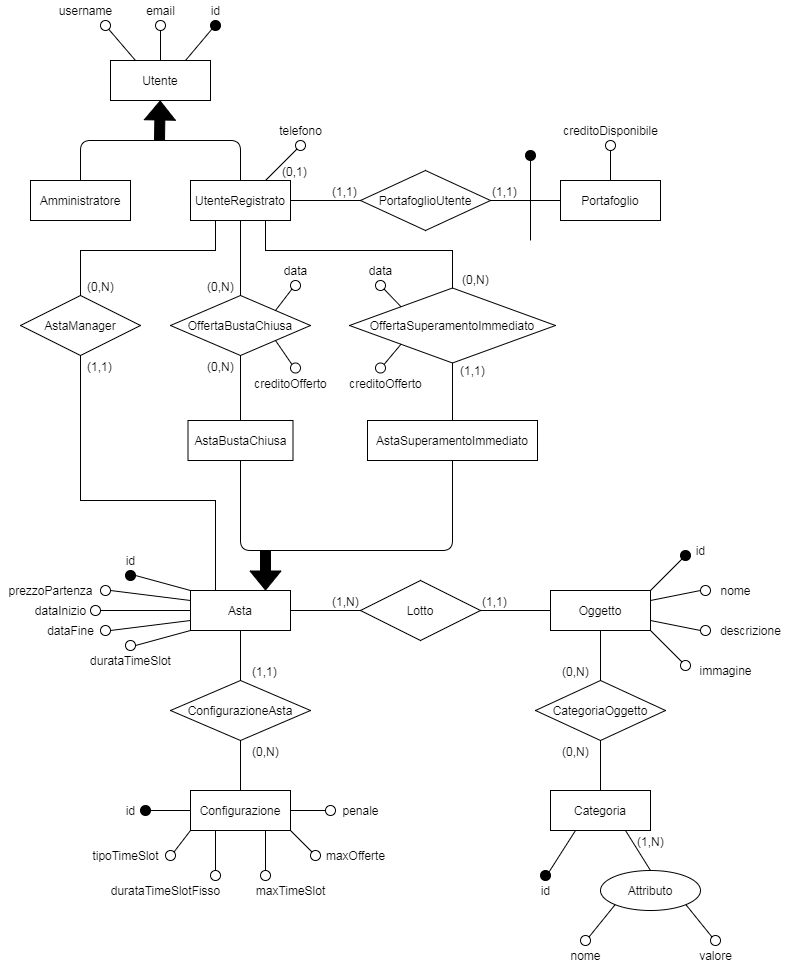
UnimibSoftEngCourse1920/progetto-aste-2-gruppo-aste-2 keeps this draw.io diagram as Documentazione/Progettazione/Database/Progettazione concettuale/ER Diagram.png. Above is the earlier version. Source tidied: cells renumbered, new cells last; positions are measured from the earlier drawing's top-left corner, leaving out a move shared by most shapes.
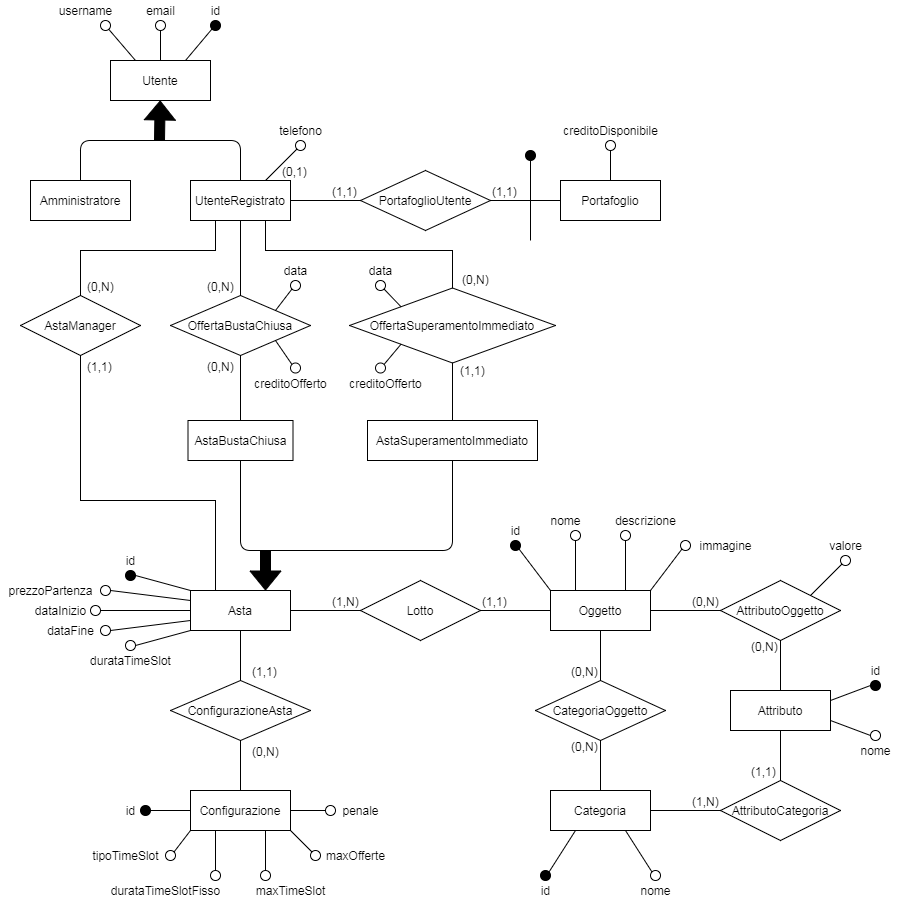
Later version of the same file.

Commit message:
Updated Domain Model, Class Diagram, ER Diagram, Restructured ER Diagram and Relational Model Diagram

What changed in the source:
```diff
@@ -199,12 +199,12 @@
         <mxPoint x="10" y="20" as="offset" />
       </mxGeometry>
     </mxCell>
-    <mxCell id="53" style="endArrow=none;html=1;rounded=0;labelBackgroundColor=#000000;fillColor=#000000;" parent="1" edge="1" source="5" target="10">
+    <mxCell id="53" style="endArrow=none;html=1;rounded=0;labelBackgroundColor=#000000;fillColor=#000000;exitX=0.5;exitY=1;exitDx=0;exitDy=0;entryX=0.5;entryY=0;entryDx=0;entryDy=0;" parent="1" edge="1" source="5" target="10">
       <mxGeometry relative="1" as="geometry" />
     </mxCell>
     <mxCell id="54" value="(0,N)" style="html=1;align=left;verticalAlign=bottom;" parent="53" vertex="1">
       <mxGeometry x="-1" relative="1" as="geometry">
-        <mxPoint x="-40" y="50" as="offset" />
+        <mxPoint x="-31" y="50" as="offset" />
       </mxGeometry>
     </mxCell>
     <mxCell id="55" style="endArrow=none;html=1;rounded=0;labelBackgroundColor=#000000;fillColor=#000000;" parent="1" edge="1" source="10" target="6">
@@ -212,7 +212,7 @@
     </mxCell>
     <mxCell id="56" value="(0,N)" style="html=1;align=left;verticalAlign=bottom;" parent="55" vertex="1">
       <mxGeometry x="-1" relative="1" as="geometry">
-        <mxPoint x="-40" y="20" as="offset" />
+        <mxPoint x="-31" y="15" as="offset" />
       </mxGeometry>
     </mxCell>
     <mxCell id="57" value="creditoOfferto" style="text;html=1;align=center;verticalAlign=middle;" parent="1" vertex="1">
@@ -335,30 +335,30 @@
       <mxGeometry relative="1" as="geometry" />
     </mxCell>
     <mxCell id="96" value="id" style="text;html=1;align=center;verticalAlign=middle;" parent="1" vertex="1">
-      <mxGeometry x="690" y="540" width="20" height="20" as="geometry" />
+      <mxGeometry x="505" y="520" width="20" height="20" as="geometry" />
     </mxCell>
     <mxCell id="97" style="ellipse;whiteSpace=wrap;html=1;align=center;fillColor=#000000;" parent="1" vertex="1">
-      <mxGeometry x="680" y="550" width="10" height="10" as="geometry" />
+      <mxGeometry x="510" y="540" width="10" height="10" as="geometry" />
     </mxCell>
     <mxCell id="98" value="nome" style="text;html=1;align=center;verticalAlign=middle;" parent="1" vertex="1">
-      <mxGeometry x="710" y="580" width="50" height="20" as="geometry" />
+      <mxGeometry x="540" y="510" width="50" height="20" as="geometry" />
     </mxCell>
     <mxCell id="99" style="ellipse;whiteSpace=wrap;html=1;align=center;" parent="1" vertex="1">
-      <mxGeometry x="700" y="585" width="10" height="10" as="geometry" />
+      <mxGeometry x="570" y="530" width="10" height="10" as="geometry" />
     </mxCell>
     <mxCell id="100" value="descrizione" style="text;html=1;align=center;verticalAlign=middle;" parent="1" vertex="1">
-      <mxGeometry x="710" y="620" width="80" height="20" as="geometry" />
+      <mxGeometry x="605" y="510" width="80" height="20" as="geometry" />
     </mxCell>
     <mxCell id="101" style="ellipse;whiteSpace=wrap;html=1;align=center;" parent="1" vertex="1">
-      <mxGeometry x="700" y="625" width="10" height="10" as="geometry" />
+      <mxGeometry x="620" y="530" width="10" height="10" as="geometry" />
     </mxCell>
-    <mxCell id="102" style="endArrow=none;html=1;rounded=0;labelBackgroundColor=#000000;fillColor=#000000;exitX=0;exitY=1;exitDx=0;exitDy=0;entryX=1;entryY=0;entryDx=0;entryDy=0;" parent="1" edge="1" source="97" target="5">
+    <mxCell id="102" style="endArrow=none;html=1;rounded=0;labelBackgroundColor=#000000;fillColor=#000000;exitX=1;exitY=1;exitDx=0;exitDy=0;entryX=0;entryY=0;entryDx=0;entryDy=0;" parent="1" edge="1" source="97" target="5">
       <mxGeometry relative="1" as="geometry" />
     </mxCell>
-    <mxCell id="103" style="endArrow=none;html=1;rounded=0;labelBackgroundColor=#000000;fillColor=#000000;exitX=0;exitY=0.5;exitDx=0;exitDy=0;entryX=1;entryY=0.25;entryDx=0;entryDy=0;" parent="1" edge="1" source="99" target="5">
+    <mxCell id="103" style="endArrow=none;html=1;rounded=0;labelBackgroundColor=#000000;fillColor=#000000;exitX=0.5;exitY=1;exitDx=0;exitDy=0;entryX=0.25;entryY=0;entryDx=0;entryDy=0;" parent="1" edge="1" source="99" target="5">
       <mxGeometry relative="1" as="geometry" />
     </mxCell>
-    <mxCell id="104" style="endArrow=none;html=1;rounded=0;labelBackgroundColor=#000000;fillColor=#000000;exitX=1;exitY=0.75;exitDx=0;exitDy=0;entryX=0;entryY=0.5;entryDx=0;entryDy=0;" parent="1" edge="1" source="5" target="101">
+    <mxCell id="104" style="endArrow=none;html=1;rounded=0;labelBackgroundColor=#000000;fillColor=#000000;exitX=0.75;exitY=0;exitDx=0;exitDy=0;entryX=0.5;entryY=1;entryDx=0;entryDy=0;" parent="1" edge="1" source="5" target="101">
       <mxGeometry relative="1" as="geometry" />
     </mxCell>
     <mxCell id="105" value="id" style="text;html=1;align=center;verticalAlign=middle;" parent="1" vertex="1">
@@ -368,23 +368,17 @@
       <mxGeometry x="540" y="870" width="10" height="10" as="geometry" />
     </mxCell>
     <mxCell id="107" value="immagine" style="text;html=1;align=center;verticalAlign=middle;" parent="1" vertex="1">
-      <mxGeometry x="690" y="660" width="70" height="20" as="geometry" />
+      <mxGeometry x="690" y="535" width="70" height="20" as="geometry" />
     </mxCell>
     <mxCell id="108" style="ellipse;whiteSpace=wrap;html=1;align=center;" parent="1" vertex="1">
-      <mxGeometry x="680" y="660" width="10" height="10" as="geometry" />
+      <mxGeometry x="680" y="540" width="10" height="10" as="geometry" />
     </mxCell>
-    <mxCell id="109" value="nome" style="text;html=1;align=center;verticalAlign=middle;" parent="1" vertex="1">
-      <mxGeometry x="560" y="945" width="50" height="20" as="geometry" />
-    </mxCell>
     <mxCell id="110" style="endArrow=none;html=1;rounded=0;labelBackgroundColor=#000000;fillColor=#000000;entryX=0.25;entryY=1;entryDx=0;entryDy=0;exitX=1;exitY=0;exitDx=0;exitDy=0;" parent="1" edge="1" source="106" target="6">
       <mxGeometry relative="1" as="geometry" />
     </mxCell>
-    <mxCell id="111" style="endArrow=none;html=1;rounded=0;labelBackgroundColor=#000000;fillColor=#000000;exitX=0;exitY=0;exitDx=0;exitDy=0;entryX=1;entryY=1;entryDx=0;entryDy=0;" parent="1" edge="1" source="108" target="5">
+    <mxCell id="111" style="endArrow=none;html=1;rounded=0;labelBackgroundColor=#000000;fillColor=#000000;exitX=0;exitY=1;exitDx=0;exitDy=0;entryX=1;entryY=0;entryDx=0;entryDy=0;" parent="1" edge="1" source="108" target="5">
       <mxGeometry relative="1" as="geometry" />
     </mxCell>
-    <mxCell id="112" style="endArrow=none;html=1;rounded=0;labelBackgroundColor=#000000;fillColor=#000000;exitX=0.75;exitY=1;exitDx=0;exitDy=0;entryX=0.5;entryY=0;entryDx=0;entryDy=0;" parent="1" edge="1" source="6" target="131">
-      <mxGeometry relative="1" as="geometry" />
-    </mxCell>
     <mxCell id="113" style="endArrow=none;html=1;rounded=0;labelBackgroundColor=#000000;fillColor=#000000;exitX=0.5;exitY=1;exitDx=0;exitDy=0;" parent="1" edge="1" source="114">
       <mxGeometry relative="1" as="geometry">
         <mxPoint x="530" y="240" as="targetPoint" />
@@ -454,33 +448,87 @@
     <mxCell id="129" style="endArrow=none;html=1;labelBackgroundColor=#000000;fillColor=#000000;entryX=0;entryY=1;entryDx=0;entryDy=0;exitX=1;exitY=0;exitDx=0;exitDy=0;" parent="1" edge="1" source="128" target="121">
       <mxGeometry relative="1" as="geometry" />
     </mxCell>
+    <mxCell id="137" value="(0,1)" style="html=1;align=left;verticalAlign=bottom;" parent="1" vertex="1">
+      <mxGeometry x="240" y="180" as="geometry">
+        <mxPoint x="40" as="offset" />
+      </mxGeometry>
+    </mxCell>
+    <mxCell id="138" value="AttributoOggetto" style="shape=rhombus;perimeter=rhombusPerimeter;whiteSpace=wrap;html=1;align=center;" parent="1" vertex="1">
+      <mxGeometry x="720" y="580" width="120" height="60" as="geometry" />
+    </mxCell>
+    <mxCell id="131" value="Attributo" style="whiteSpace=wrap;html=1;align=center;" parent="1" vertex="1">
+      <mxGeometry x="730" y="690" width="100" height="40" as="geometry" />
+    </mxCell>
+    <mxCell id="139" value="AttributoCategoria" style="shape=rhombus;perimeter=rhombusPerimeter;whiteSpace=wrap;html=1;align=center;" parent="1" vertex="1">
+      <mxGeometry x="720" y="780" width="120" height="60" as="geometry" />
+    </mxCell>
+    <mxCell id="140" style="endArrow=none;html=1;rounded=0;labelBackgroundColor=#000000;fillColor=#000000;exitX=1;exitY=0.5;exitDx=0;exitDy=0;entryX=0;entryY=0.5;entryDx=0;entryDy=0;" parent="1" edge="1" source="5" target="138">
+      <mxGeometry relative="1" as="geometry" />
+    </mxCell>
+    <mxCell id="141" value="(0,N)" style="html=1;align=left;verticalAlign=bottom;" parent="140" vertex="1">
+      <mxGeometry x="-1" relative="1" as="geometry">
+        <mxPoint x="40" as="offset" />
+      </mxGeometry>
+    </mxCell>
+    <mxCell id="142" style="endArrow=none;html=1;rounded=0;labelBackgroundColor=#000000;fillColor=#000000;exitX=1;exitY=0.5;exitDx=0;exitDy=0;entryX=0;entryY=0.5;entryDx=0;entryDy=0;" parent="1" edge="1" source="6" target="139">
+      <mxGeometry relative="1" as="geometry" />
+    </mxCell>
-    <mxCell id="130" value="(1,N)" style="html=1;align=left;verticalAlign=bottom;" parent="1" vertex="1">
-      <mxGeometry x="675" y="830" as="geometry">
-        <mxPoint x="-40" y="20" as="offset" />
+    <mxCell id="130" value="(1,N)" style="html=1;align=left;verticalAlign=bottom;" parent="142" vertex="1">
+      <mxGeometry x="-1" relative="1" as="geometry">
+        <mxPoint x="40" as="offset" />
       </mxGeometry>
     </mxCell>
-    <mxCell id="131" value="Attributo" style="ellipse;whiteSpace=wrap;html=1;align=center;" parent="1" vertex="1">
-      <mxGeometry x="600" y="870" width="100" height="40" as="geometry" />
-    </mxCell>
-    <mxCell id="132" style="ellipse;whiteSpace=wrap;html=1;align=center;" parent="1" vertex="1">
-      <mxGeometry x="580" y="935" width="10" height="10" as="geometry" />
-    </mxCell>
-    <mxCell id="133" style="ellipse;whiteSpace=wrap;html=1;align=center;" parent="1" vertex="1">
-      <mxGeometry x="710" y="935" width="10" height="10" as="geometry" />
-    </mxCell>
+    <mxCell id="143" style="endArrow=none;html=1;rounded=0;labelBackgroundColor=#000000;fillColor=#000000;exitX=0.5;exitY=1;exitDx=0;exitDy=0;entryX=0.5;entryY=0;entryDx=0;entryDy=0;" parent="1" edge="1" source="138" target="131">
+      <mxGeometry relative="1" as="geometry" />
+    </mxCell>
+    <mxCell id="144" value="(0,N)" style="html=1;align=left;verticalAlign=bottom;" parent="143" vertex="1">
+      <mxGeometry x="-1" relative="1" as="geometry">
+        <mxPoint x="-31" y="15" as="offset" />
+      </mxGeometry>
+    </mxCell>
+    <mxCell id="145" style="endArrow=none;html=1;rounded=0;labelBackgroundColor=#000000;fillColor=#000000;exitX=0.5;exitY=1;exitDx=0;exitDy=0;entryX=0.5;entryY=0;entryDx=0;entryDy=0;" parent="1" edge="1" source="131" target="139">
+      <mxGeometry relative="1" as="geometry" />
+    </mxCell>
+    <mxCell id="146" value="(1,1)" style="html=1;align=left;verticalAlign=bottom;" parent="145" vertex="1">
+      <mxGeometry x="-1" relative="1" as="geometry">
+        <mxPoint x="-31" y="50" as="offset" />
+      </mxGeometry>
+    </mxCell>
+    <mxCell id="147" value="id" style="text;html=1;align=center;verticalAlign=middle;" parent="1" vertex="1">
+      <mxGeometry x="865" y="660" width="20" height="20" as="geometry" />
+    </mxCell>
+    <mxCell id="148" style="endArrow=none;html=1;rounded=0;labelBackgroundColor=#000000;fillColor=#000000;exitX=0;exitY=0.5;exitDx=0;exitDy=0;entryX=1;entryY=0.25;entryDx=0;entryDy=0;" parent="1" edge="1" source="157" target="131">
+      <mxGeometry relative="1" as="geometry" />
+    </mxCell>
     <mxCell id="134" value="valore" style="text;html=1;align=center;verticalAlign=middle;" parent="1" vertex="1">
-      <mxGeometry x="690" y="945" width="50" height="20" as="geometry" />
+      <mxGeometry x="820" y="535" width="50" height="20" as="geometry" />
     </mxCell>
-    <mxCell id="135" style="endArrow=none;html=1;rounded=0;labelBackgroundColor=#000000;fillColor=#000000;entryX=0;entryY=1;entryDx=0;entryDy=0;exitX=1;exitY=0;exitDx=0;exitDy=0;" parent="1" edge="1" source="132" target="131">
-      <mxGeometry relative="1" as="geometry" />
-    </mxCell>
-    <mxCell id="136" style="endArrow=none;html=1;rounded=0;labelBackgroundColor=#000000;fillColor=#000000;entryX=1;entryY=1;entryDx=0;entryDy=0;exitX=0;exitY=0;exitDx=0;exitDy=0;" parent="1" edge="1" source="133" target="131">
-      <mxGeometry relative="1" as="geometry" />
-    </mxCell>
-    <mxCell id="137" value="(0,1)" style="html=1;align=left;verticalAlign=bottom;" parent="1" vertex="1">
-      <mxGeometry x="240" y="180" as="geometry">
-        <mxPoint x="40" as="offset" />
-      </mxGeometry>
-    </mxCell>
+    <mxCell id="149" style="ellipse;whiteSpace=wrap;html=1;align=center;" parent="1" vertex="1">
+      <mxGeometry x="840" y="555" width="10" height="10" as="geometry" />
+    </mxCell>
+    <mxCell id="150" style="endArrow=none;html=1;rounded=0;labelBackgroundColor=#000000;fillColor=#000000;exitX=0;exitY=1;exitDx=0;exitDy=0;entryX=1;entryY=0;entryDx=0;entryDy=0;" parent="1" edge="1" source="149" target="138">
+      <mxGeometry relative="1" as="geometry" />
+    </mxCell>
+    <mxCell id="151" value="nome" style="text;html=1;align=center;verticalAlign=middle;" parent="1" vertex="1">
+      <mxGeometry x="630" y="880" width="50" height="20" as="geometry" />
+    </mxCell>
+    <mxCell id="152" style="ellipse;whiteSpace=wrap;html=1;align=center;" parent="1" vertex="1">
+      <mxGeometry x="650" y="870" width="10" height="10" as="geometry" />
+    </mxCell>
+    <mxCell id="153" style="endArrow=none;html=1;rounded=0;labelBackgroundColor=#000000;fillColor=#000000;entryX=0.75;entryY=1;entryDx=0;entryDy=0;exitX=0;exitY=0;exitDx=0;exitDy=0;" parent="1" edge="1" source="152" target="6">
+      <mxGeometry relative="1" as="geometry" />
+    </mxCell>
+    <mxCell id="154" value="nome" style="text;html=1;align=center;verticalAlign=middle;" parent="1" vertex="1">
+      <mxGeometry x="850" y="740" width="50" height="20" as="geometry" />
+    </mxCell>
+    <mxCell id="155" style="ellipse;whiteSpace=wrap;html=1;align=center;" parent="1" vertex="1">
+      <mxGeometry x="870" y="730" width="10" height="10" as="geometry" />
+    </mxCell>
+    <mxCell id="156" style="endArrow=none;html=1;rounded=0;labelBackgroundColor=#000000;fillColor=#000000;entryX=1;entryY=0.75;entryDx=0;entryDy=0;exitX=0;exitY=0.5;exitDx=0;exitDy=0;" parent="1" edge="1" source="155" target="131">
+      <mxGeometry relative="1" as="geometry" />
+    </mxCell>
+    <mxCell id="157" style="ellipse;whiteSpace=wrap;html=1;align=center;fillColor=#000000;" parent="1" vertex="1">
+      <mxGeometry x="870" y="680" width="10" height="10" as="geometry" />
+    </mxCell>
   </root>
 </mxGraphModel>
```
